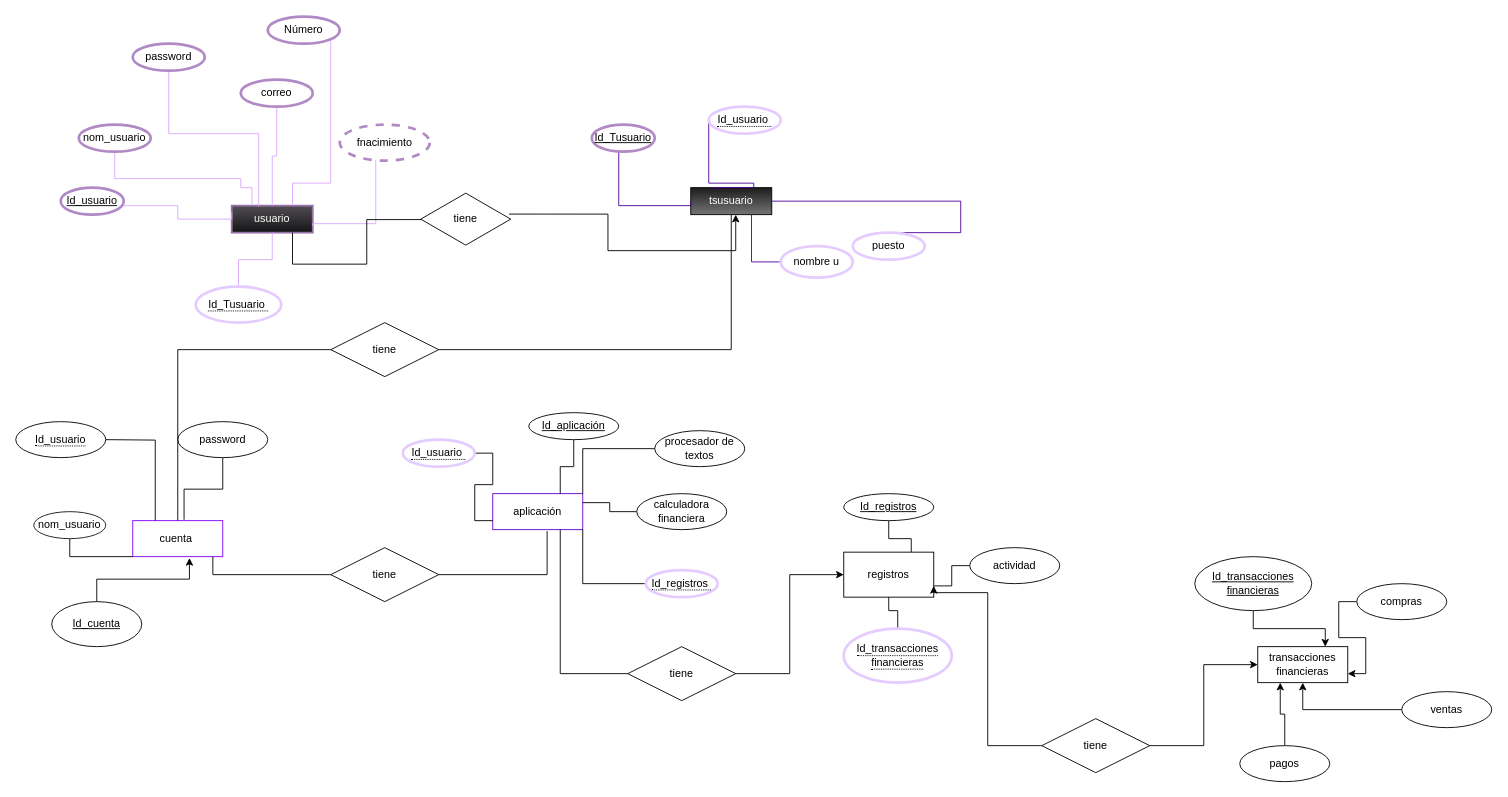
Above: page "REGISTRO-INICIAR SECION" (1 of 2) of proyect_cherry_tree_software.drawio in AlvarezPaola16/Proyect_Cherry_Tree_Software (draw.io), before the change. Source tidied: cells renumbered, new cells numbered last; positions are measured from the earlier drawing's top-left corner, leaving out a move shared by most shapes. Both pictures are drawn from the tidied source at 90%, with x=0, y=0 at pixel (15, 16).
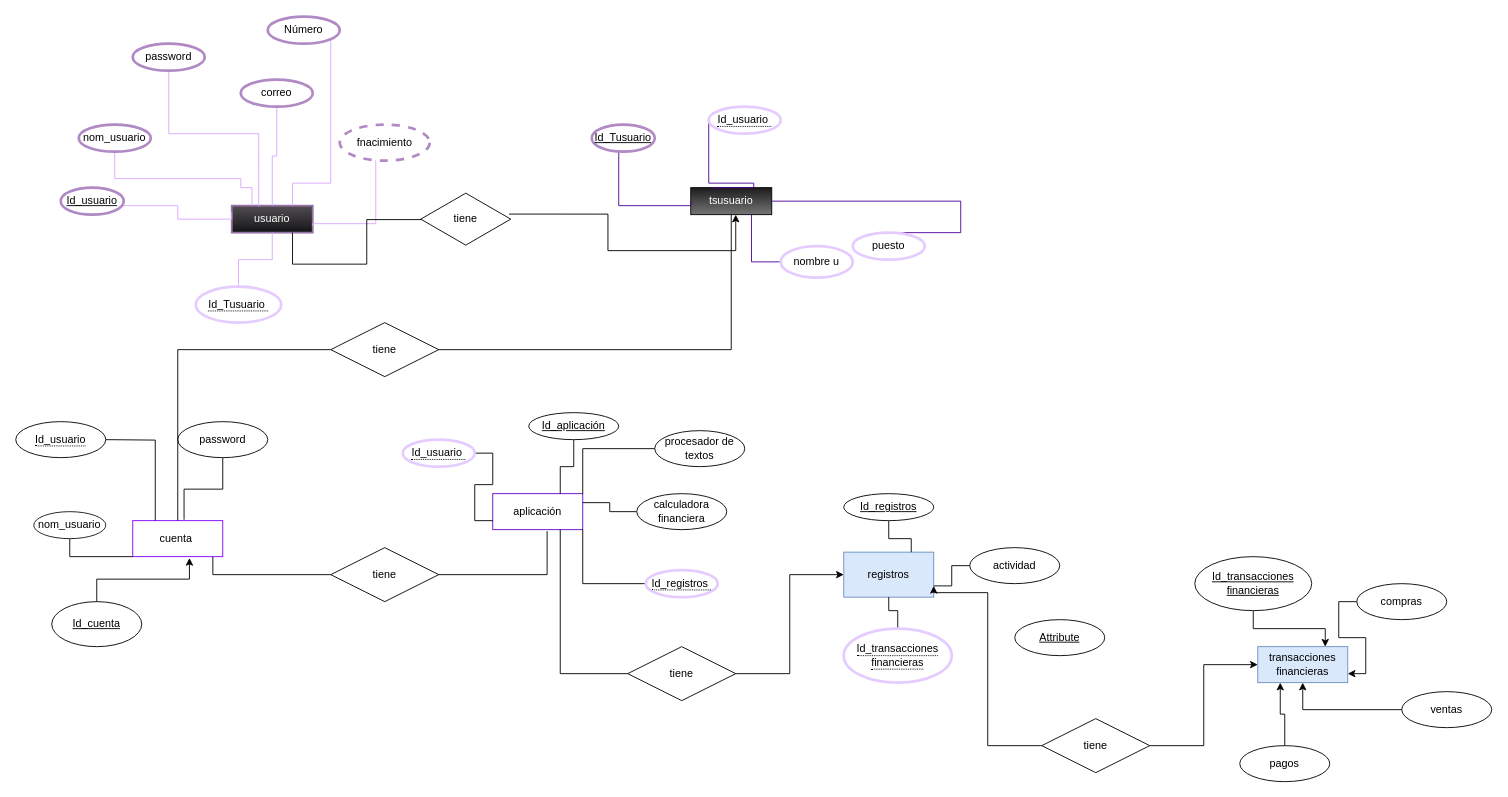
The same diagram, later.

Change to the diagram source:
```diff
@@
-    <mxCell id="48" value="registros" style="whiteSpace=wrap;html=1;align=center;strokeColor=default;fontFamily=Helvetica;fontSize=12;fontColor=default;startSize=30;fillColor=default;" parent="1" vertex="1">
+    <mxCell id="48" value="registros" style="whiteSpace=wrap;html=1;align=center;strokeColor=#6c8ebf;fontFamily=Helvetica;fontSize=12;startSize=30;fillColor=#dae8fc;" parent="1" vertex="1">
       <mxGeometry x="920" y="595" width="100" height="50" as="geometry" />
     </mxCell>
@@
-    <mxCell id="62" value="transacciones financieras" style="whiteSpace=wrap;html=1;align=center;strokeColor=default;fontFamily=Helvetica;fontSize=12;fontColor=default;startSize=30;fillColor=default;" parent="1" vertex="1">
+    <mxCell id="62" value="transacciones financieras" style="whiteSpace=wrap;html=1;align=center;strokeColor=#6c8ebf;fontFamily=Helvetica;fontSize=12;startSize=30;fillColor=#dae8fc;" parent="1" vertex="1">
       <mxGeometry x="1380" y="700" width="100" height="40" as="geometry" />
     </mxCell>
@@
+    <mxCell id="77" value="Attribute" style="ellipse;whiteSpace=wrap;html=1;align=center;fontStyle=4;strokeColor=default;fontFamily=Helvetica;fontSize=12;fontColor=default;startSize=30;fillColor=default;" parent="1" vertex="1">
+      <mxGeometry x="1110" y="670" width="100" height="40" as="geometry" />
+    </mxCell>
```
